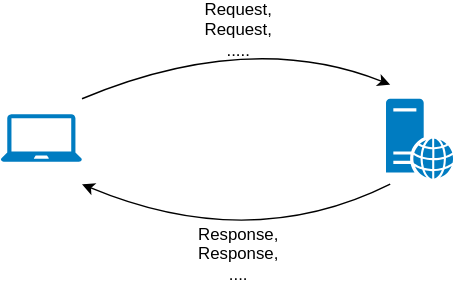
Earlier version of the draw.io export decks/assets/http2.svg (mzeiher/webengineering). Source tidied: cells renumbered, new cells last; positions are measured from the earlier drawing's top-left corner, leaving out a move shared by most shapes.
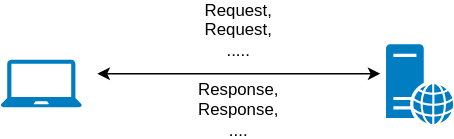
After the change.

Change to the diagram source:
```diff
@@ -8,29 +8,17 @@
     <mxCell id="3" style="shadow=0;dashed=0;html=1;strokeColor=none;labelPosition=center;verticalLabelPosition=bottom;verticalAlign=top;align=center;shape=mxgraph.office.servers.web_server;fillColor=#007CC1;" parent="1" vertex="1">
       <mxGeometry x="275" y="59" width="48" height="57" as="geometry" />
     </mxCell>
-    <mxCell id="4" style="curved=1;endArrow=classic;html=1;" parent="1" edge="1">
+    <mxCell id="4" style="curved=1;endArrow=classic;html=1;startArrow=classic;startFill=1;" parent="1" edge="1">
       <mxGeometry relative="1" as="geometry">
-        <mxPoint x="58" y="59" as="sourcePoint" />
-        <mxPoint x="278" y="49" as="targetPoint" />
-        <Array as="points">
-          <mxPoint x="178" y="9" />
-        </Array>
+        <mxPoint x="69" y="80" as="sourcePoint" />
+        <mxPoint x="271" y="80" as="targetPoint" />
       </mxGeometry>
     </mxCell>
-    <mxCell id="5" style="curved=1;endArrow=none;html=1;endFill=0;startArrow=classic;startFill=1;" parent="1" edge="1">
-      <mxGeometry relative="1" as="geometry">
-        <mxPoint x="58" y="120" as="sourcePoint" />
-        <mxPoint x="278" y="120" as="targetPoint" />
-        <Array as="points">
-          <mxPoint x="178" y="170" />
-        </Array>
-      </mxGeometry>
-    </mxCell>
     <mxCell id="6" value="Request, Request, ....." style="text;html=1;strokeColor=none;fillColor=none;align=center;verticalAlign=middle;whiteSpace=wrap;rounded=0;" parent="1" vertex="1">
-      <mxGeometry x="150" width="40" height="20" as="geometry" />
+      <mxGeometry x="150" y="39" width="40" height="20" as="geometry" />
     </mxCell>
     <mxCell id="7" value="Response, Response,&lt;br&gt;...." style="text;html=1;strokeColor=none;fillColor=none;align=center;verticalAlign=middle;whiteSpace=wrap;rounded=0;" parent="1" vertex="1">
-      <mxGeometry x="150" y="160" width="40" height="20" as="geometry" />
+      <mxGeometry x="150" y="96" width="40" height="20" as="geometry" />
     </mxCell>
   </root>
 </mxGraphModel>
```
